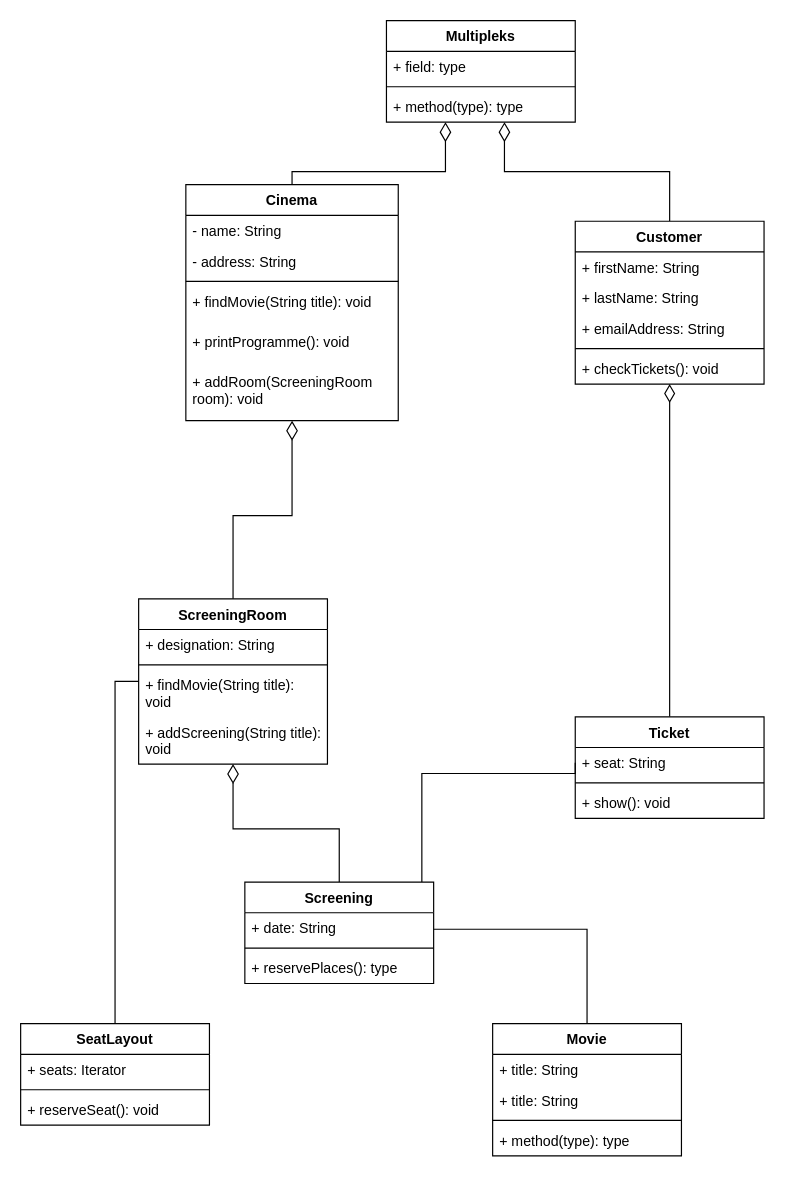
Above: Diagram_multipleks.drawio in ElMihalk/mwo-aimo-multipleks (draw.io), before the change. Source tidied: cells renumbered, new cells numbered last; positions are measured from the earlier drawing's top-left corner, leaving out a move shared by most shapes. Both pictures are drawn from the tidied source at 118%, with x=0, y=0 at pixel (20, 20).
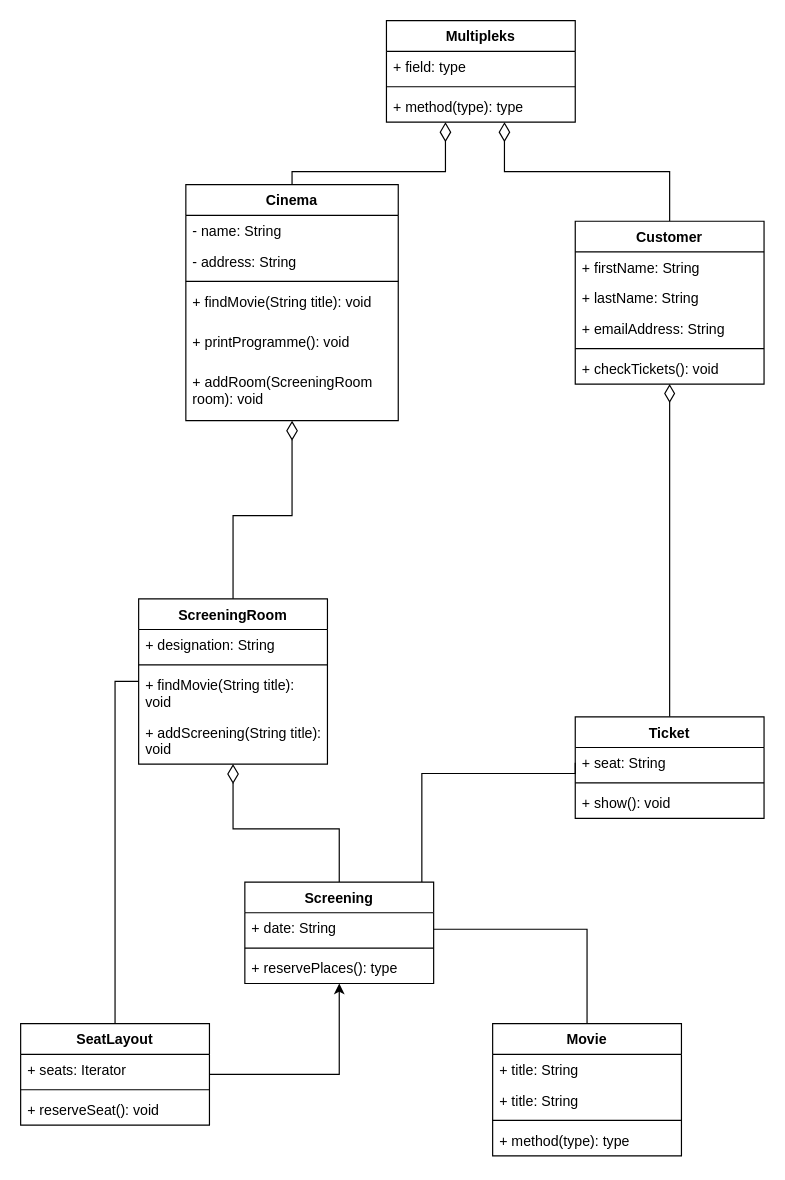
The same page after the edit.

Unchanged cells that the change refers to:
```xml
<mxCell id="12" value="Screening" style="swimlane;fontStyle=1;align=center;verticalAlign=top;horizontal=1;startSize=26;whiteSpace=wrap;html=1;" parent="1" vertex="1">
  <mxGeometry x="190" y="730" width="160" height="86" as="geometry" />
</mxCell>
<mxCell id="28" value="SeatLayout" style="swimlane;fontStyle=1;align=center;verticalAlign=top;horizontal=1;startSize=26;whiteSpace=wrap;html=1;" parent="1" vertex="1">
  <mxGeometry y="850" width="160" height="86" as="geometry" />
</mxCell>
```

Change to the diagram source:
```diff
@@
+    <mxCell id="49" style="edgeStyle=orthogonalEdgeStyle;rounded=0;jettySize=auto;html=1;" parent="1" edge="1" source="28" target="12">
+      <mxGeometry relative="1" as="geometry" />
+    </mxCell>
```
